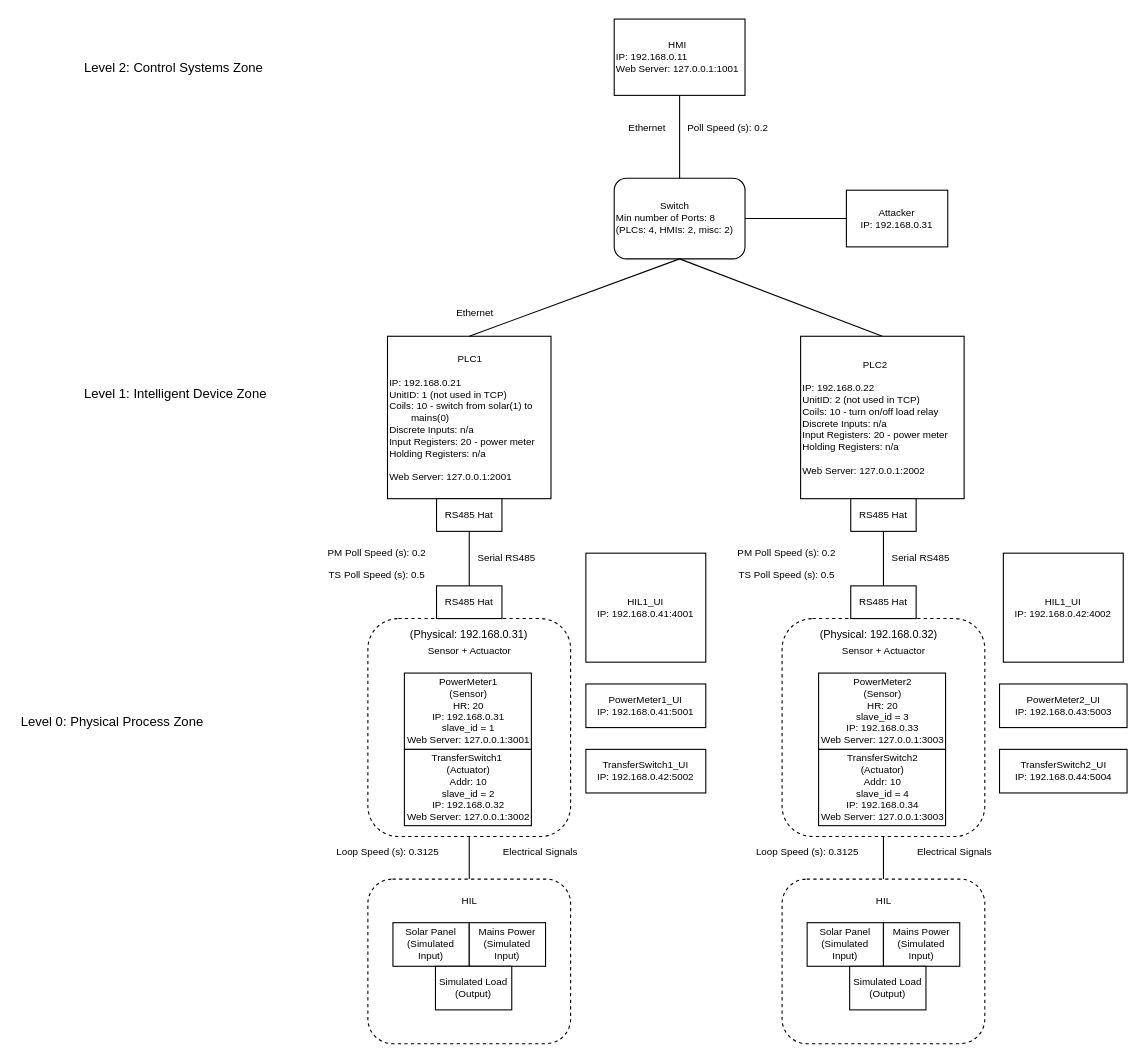
This is documentation/diagrams/ICS Detailed Diagram.drawio from JaxsonBrownie/ICS_Simulation, a draw.io file, before an edit. Source tidied: cells renumbered, new cells numbered last; positions are measured from the earlier drawing's top-left corner, leaving out a move shared by most shapes. Both pictures are drawn from the tidied source at 109%, with x=0, y=0 at pixel (19, 19).
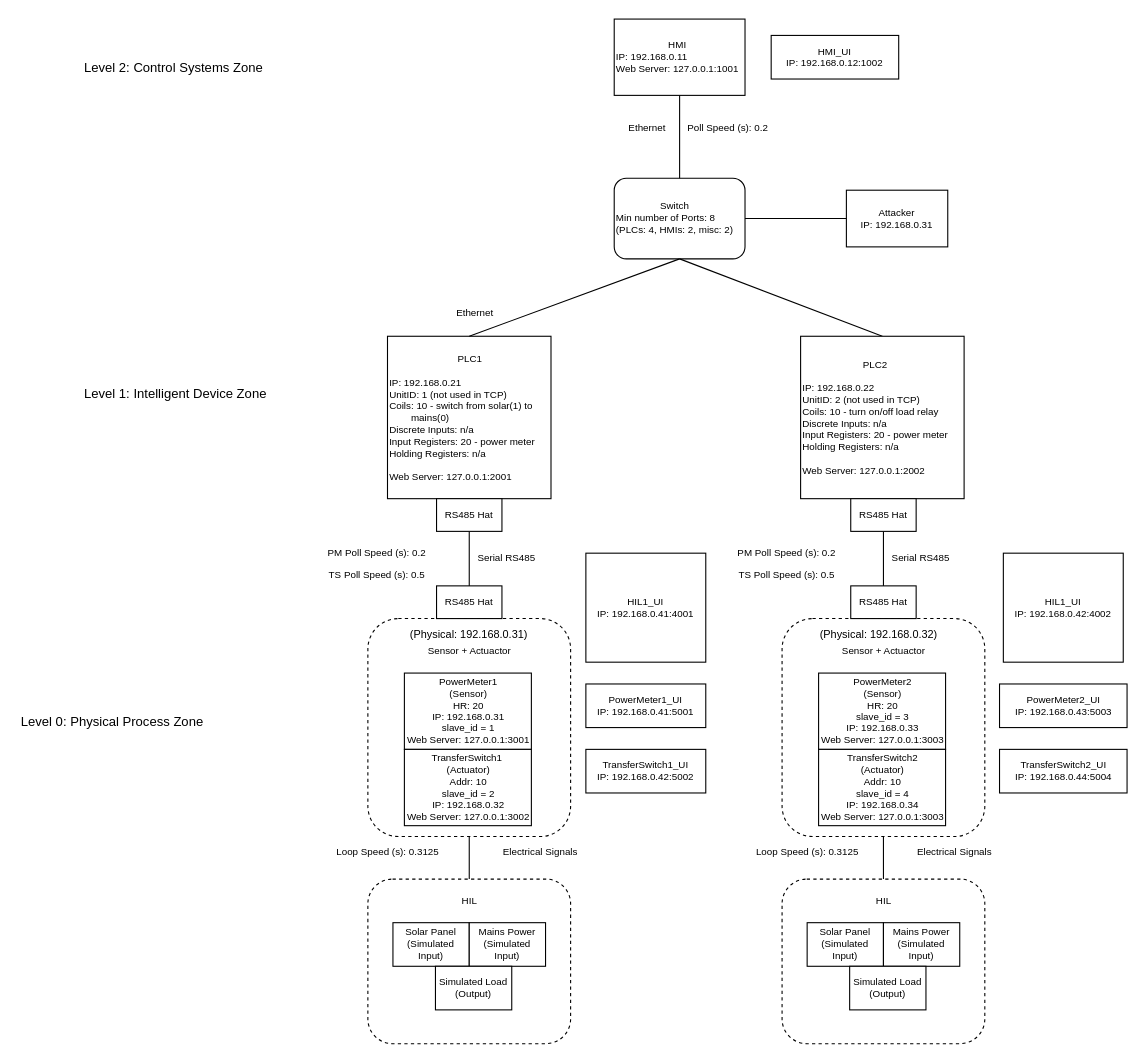
The same diagram, later.

Diff of the diagram source:
```diff
@@
+    <mxCell id="61" value="HMI_UI&lt;div&gt;&lt;span style=&quot;background-color: initial;&quot;&gt;IP: 192.168.0.12:1002&lt;/span&gt;&lt;/div&gt;" style="rounded=0;whiteSpace=wrap;html=1;fontSize=9;align=center;" parent="1" vertex="1">
+      <mxGeometry x="690" y="15" width="117" height="40" as="geometry" />
+    </mxCell>
```
